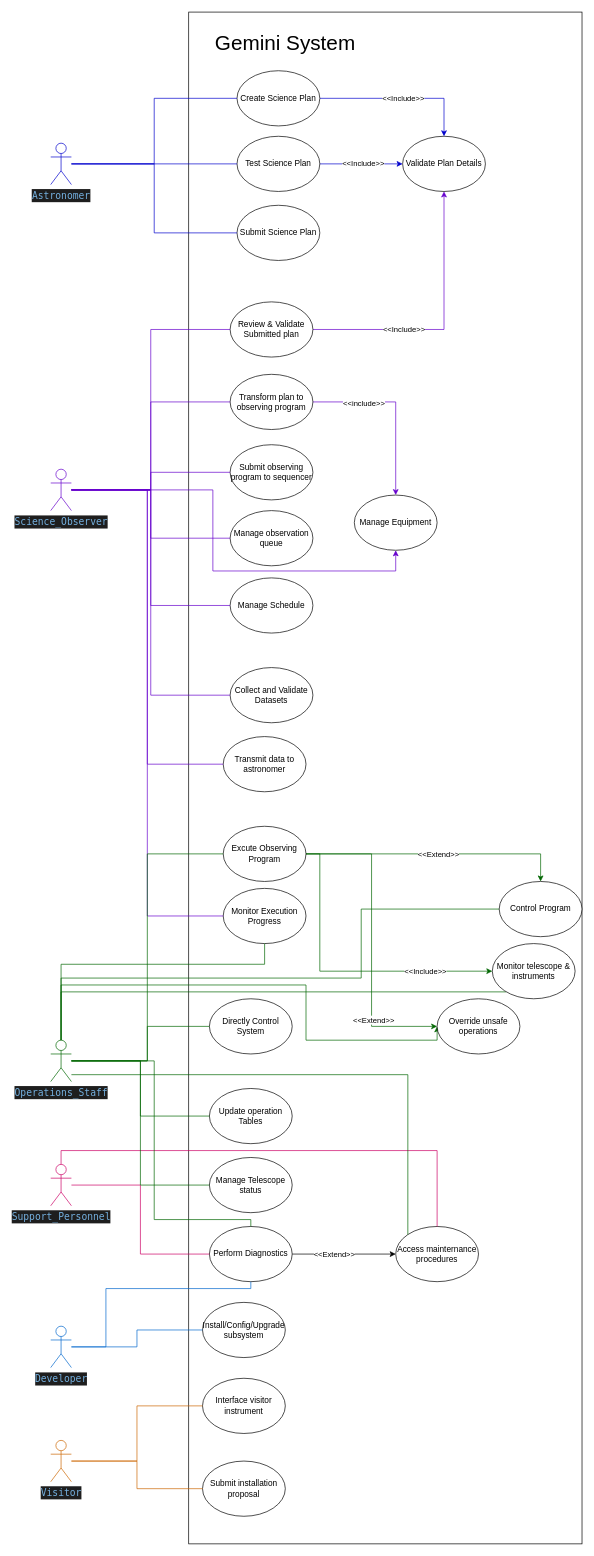
FantasticRattee/gemini-telescope-control-system keeps this draw.io diagram as docs/diagrams/usecase.drawio. Above is the earlier version. Source tidied: cells renumbered, new cells numbered last; positions are measured from the earlier drawing's top-left corner, leaving out a move shared by most shapes. Both pictures are drawn from the tidied source at 69%, with x=0, y=0 at pixel (50, 12).
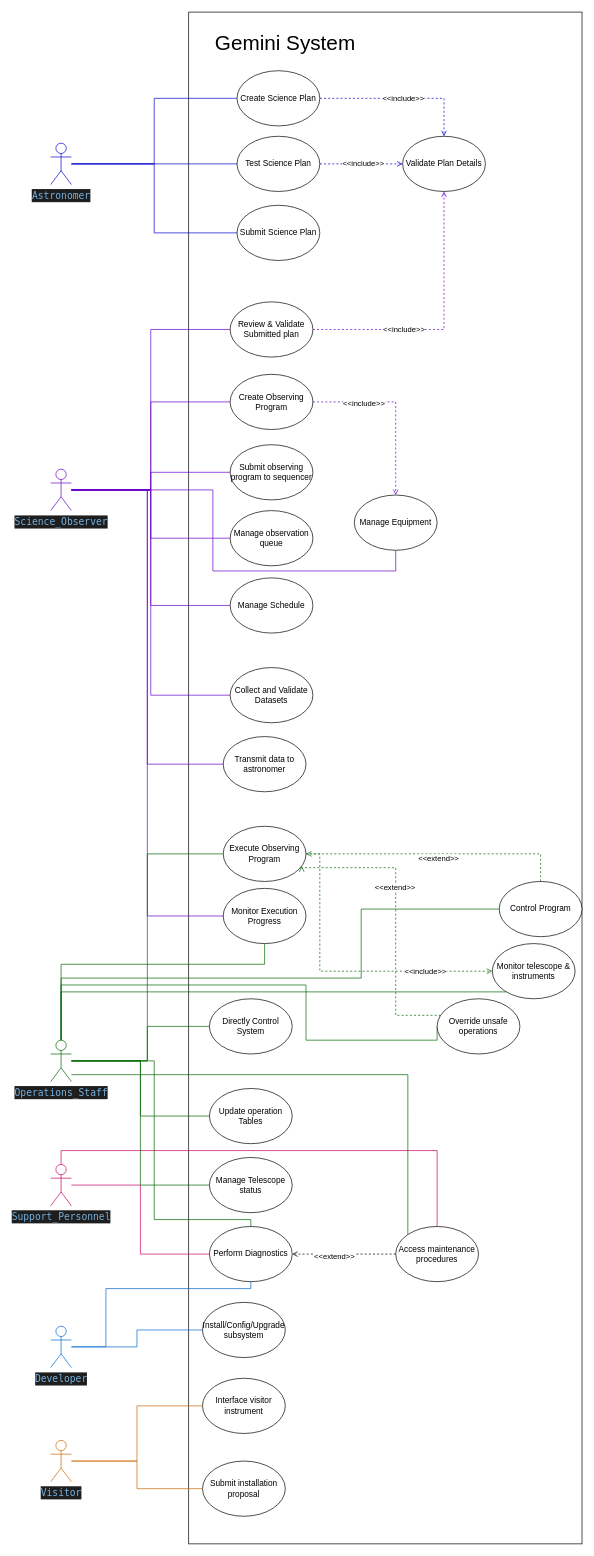
Above is the later version.

Unchanged cells that the change refers to:
```xml
<mxCell id="6" value="Create Science Plan" style="ellipse;whiteSpace=wrap;html=1;" parent="1" vertex="1">
  <mxGeometry x="270" y="85" width="120" height="80" as="geometry" />
</mxCell>
<mxCell id="9" value="Test Science Plan" style="ellipse;whiteSpace=wrap;html=1;" parent="1" vertex="1">
  <mxGeometry x="270" y="180" width="120" height="80" as="geometry" />
</mxCell>
<mxCell id="11" value="Validate Plan Details" style="ellipse;whiteSpace=wrap;html=1;" parent="1" vertex="1">
  <mxGeometry x="510" y="180" width="120" height="80" as="geometry" />
</mxCell>
<mxCell id="14" value="Review &amp;amp; Validate Submitted plan" style="ellipse;whiteSpace=wrap;html=1;" parent="1" vertex="1">
  <mxGeometry x="260" y="420" width="120" height="80" as="geometry" />
</mxCell>
<mxCell id="38" value="Perform Diagnostics" style="ellipse;whiteSpace=wrap;html=1;" parent="1" vertex="1">
  <mxGeometry x="230" y="1760" width="120" height="80" as="geometry" />
</mxCell>
<mxCell id="56" value="&lt;div style=&quot;color: #d4d4d4;background-color: #1e1e1e;font-family: 'Droid Sans Mono', 'monospace', monospace;font-weight: normal;font-size: 14px;line-height: 19px;white-space: pre;&quot;&gt;&lt;div&gt;&lt;span style=&quot;color: #74b0df;&quot;&gt;Science_Observer&lt;/span&gt;&lt;/div&gt;&lt;/div&gt;" style="shape=umlActor;verticalLabelPosition=bottom;verticalAlign=top;html=1;outlineConnect=0;strokeColor=#6600CC;" parent="1" vertex="1">
  <mxGeometry y="662.5" width="30" height="60" as="geometry" />
</mxCell>
<mxCell id="73" value="&lt;div style=&quot;color: #d4d4d4;background-color: #1e1e1e;font-family: 'Droid Sans Mono', 'monospace', monospace;font-weight: normal;font-size: 14px;line-height: 19px;white-space: pre;&quot;&gt;&lt;div&gt;&lt;span style=&quot;color: #74b0df;&quot;&gt;Operations_Staff&lt;/span&gt;&lt;/div&gt;&lt;/div&gt;" style="shape=umlActor;verticalLabelPosition=bottom;verticalAlign=top;html=1;outlineConnect=0;strokeColor=#006600;" parent="1" vertex="1">
  <mxGeometry y="1490" width="30" height="60" as="geometry" />
</mxCell>
<mxCell id="75" value="Manage Equipment" style="ellipse;whiteSpace=wrap;html=1;" parent="1" vertex="1">
  <mxGeometry x="440" y="700" width="120" height="80" as="geometry" />
</mxCell>
<mxCell id="76" value="Control Program" style="ellipse;whiteSpace=wrap;html=1;" parent="1" vertex="1">
  <mxGeometry x="650" y="1260" width="120" height="80" as="geometry" />
</mxCell>
<mxCell id="77" value="Monitor telescope &amp;amp; instruments" style="ellipse;whiteSpace=wrap;html=1;" parent="1" vertex="1">
  <mxGeometry x="640" y="1350" width="120" height="80" as="geometry" />
</mxCell>
<mxCell id="78" value="Override unsafe operations" style="ellipse;whiteSpace=wrap;html=1;" parent="1" vertex="1">
  <mxGeometry x="560" y="1430" width="120" height="80" as="geometry" />
</mxCell>
```

The edit, as a diff of the source:
```diff
@@
-    <mxCell id="4" style="edgeStyle=orthogonalEdgeStyle;rounded=0;jettySize=auto;html=1;entryX=0.5;entryY=0;entryDx=0;entryDy=0;strokeColor=light-dark(#0000cc, #ededed);" parent="1" edge="1" source="6" target="11">
+    <mxCell id="4" style="edgeStyle=orthogonalEdgeStyle;rounded=0;jettySize=auto;html=1;entryX=0.5;entryY=0;entryDx=0;entryDy=0;strokeColor=light-dark(#0000cc, #ededed);dashed=1;endArrow=open;endFill=0;" parent="1" edge="1" source="6" target="11">
       <mxGeometry relative="1" as="geometry" />
     </mxCell>
-    <mxCell id="5" value="&amp;lt;&amp;lt;Include&amp;gt;&amp;gt;" style="edgeLabel;html=1;align=center;verticalAlign=middle;" parent="4" vertex="1">
+    <mxCell id="5" value="&amp;lt;&amp;lt;include&amp;gt;&amp;gt;" style="edgeLabel;html=1;align=center;verticalAlign=middle;" parent="4" vertex="1">
       <mxGeometry x="0.02" relative="1" as="geometry" />
     </mxCell>
@@
-    <mxCell id="7" style="edgeStyle=orthogonalEdgeStyle;rounded=0;jettySize=auto;html=1;exitX=1;exitY=0.5;exitDx=0;exitDy=0;strokeColor=light-dark(#0000cc, #ededed);" parent="1" edge="1" source="9" target="11">
+    <mxCell id="7" style="edgeStyle=orthogonalEdgeStyle;rounded=0;jettySize=auto;html=1;exitX=1;exitY=0.5;exitDx=0;exitDy=0;strokeColor=light-dark(#0000cc, #ededed);dashed=1;endArrow=open;endFill=0;" parent="1" edge="1" source="9" target="11">
       <mxGeometry relative="1" as="geometry" />
     </mxCell>
-    <mxCell id="8" value="&amp;lt;&amp;lt;Include&amp;gt;&amp;gt;" style="edgeLabel;html=1;align=center;verticalAlign=middle;" parent="7" vertex="1">
+    <mxCell id="8" value="&amp;lt;&amp;lt;include&amp;gt;&amp;gt;" style="edgeLabel;html=1;align=center;verticalAlign=middle;" parent="7" vertex="1">
       <mxGeometry x="0.04" y="-1" relative="1" as="geometry">
         <mxPoint y="-2" as="offset" />
       </mxGeometry>
     </mxCell>
@@
-    <mxCell id="12" style="edgeStyle=orthogonalEdgeStyle;rounded=0;jettySize=auto;html=1;entryX=0.5;entryY=1;entryDx=0;entryDy=0;strokeColor=light-dark(#6600cc, #ededed);" parent="1" edge="1" source="14" target="11">
+    <mxCell id="12" style="edgeStyle=orthogonalEdgeStyle;rounded=0;jettySize=auto;html=1;entryX=0.5;entryY=1;entryDx=0;entryDy=0;strokeColor=light-dark(#6600cc, #ededed);dashed=1;endArrow=open;endFill=0;" parent="1" edge="1" source="14" target="11">
       <mxGeometry relative="1" as="geometry" />
     </mxCell>
-    <mxCell id="13" value="&amp;lt;&amp;lt;Include&amp;gt;&amp;gt;" style="edgeLabel;html=1;align=center;verticalAlign=middle;" parent="12" vertex="1">
+    <mxCell id="13" value="&amp;lt;&amp;lt;include&amp;gt;&amp;gt;" style="edgeLabel;html=1;align=center;verticalAlign=middle;" parent="12" vertex="1">
       <mxGeometry x="-0.33" y="-2" relative="1" as="geometry">
         <mxPoint y="-3" as="offset" />
       </mxGeometry>
     </mxCell>
@@
-    <mxCell id="15" style="edgeStyle=orthogonalEdgeStyle;rounded=0;jettySize=auto;html=1;strokeColor=light-dark(#6600cc, #ededed);" parent="1" edge="1" source="17" target="75">
+    <mxCell id="15" style="edgeStyle=orthogonalEdgeStyle;rounded=0;jettySize=auto;html=1;strokeColor=light-dark(#6600cc, #ededed);dashed=1;endArrow=open;endFill=0;" parent="1" edge="1" source="17" target="75">
       <mxGeometry relative="1" as="geometry" />
     </mxCell>
@@
-    <mxCell id="17" value="Transform plan to observing program" style="ellipse;whiteSpace=wrap;html=1;" parent="1" vertex="1">
+    <mxCell id="17" value="Create Observing Program" style="ellipse;whiteSpace=wrap;html=1;" parent="1" vertex="1">
       <mxGeometry x="260" y="525" width="120" height="80" as="geometry" />
     </mxCell>
@@
-    <mxCell id="23" style="edgeStyle=orthogonalEdgeStyle;rounded=0;jettySize=auto;html=1;entryX=0.5;entryY=0;entryDx=0;entryDy=0;strokeColor=light-dark(#006600, #ededed);" parent="1" edge="1" source="29" target="76">
+    <mxCell id="23" style="edgeStyle=orthogonalEdgeStyle;rounded=0;jettySize=auto;html=1;exitX=0.5;exitY=0;exitDx=0;exitDy=0;strokeColor=light-dark(#006600, #ededed);dashed=1;endArrow=open;endFill=0;" parent="1" edge="1" source="76" target="29">
       <mxGeometry relative="1" as="geometry" />
     </mxCell>
-    <mxCell id="24" value="&amp;lt;&amp;lt;Extend&amp;gt;&amp;gt;" style="edgeLabel;html=1;align=center;verticalAlign=middle;" parent="23" vertex="1">
-      <mxGeometry x="-0.11" y="3" relative="1" as="geometry">
+    <mxCell id="24" value="&amp;lt;&amp;lt;extend&amp;gt;&amp;gt;" style="edgeLabel;html=1;align=center;verticalAlign=middle;" parent="23" vertex="1">
+      <mxGeometry x="0.11" y="3" relative="1" as="geometry">
         <mxPoint x="22" y="3" as="offset" />
       </mxGeometry>
     </mxCell>
-    <mxCell id="25" style="edgeStyle=orthogonalEdgeStyle;rounded=0;jettySize=auto;html=1;entryX=0;entryY=0.5;entryDx=0;entryDy=0;strokeColor=light-dark(#006600, #ededed);" parent="1" edge="1" source="29" target="78">
-      <mxGeometry relative="1" as="geometry" />
+    <mxCell id="25" style="edgeStyle=orthogonalEdgeStyle;rounded=0;jettySize=auto;html=1;exitX=0;exitY=0.3;exitDx=0;exitDy=0;entryX=1;entryY=0.75;entryDx=0;entryDy=0;strokeColor=light-dark(#006600, #ededed);dashed=1;endArrow=open;endFill=0;" parent="1" edge="1" source="78" target="29">
+      <mxGeometry relative="1" as="geometry">
+        <Array as="points">
+          <mxPoint x="500" y="1454" />
+          <mxPoint x="500" y="1240" />
+        </Array>
+      </mxGeometry>
     </mxCell>
-    <mxCell id="26" value="&amp;lt;&amp;lt;Extend&amp;gt;&amp;gt;" style="edgeLabel;html=1;align=center;verticalAlign=middle;" parent="25" vertex="1">
-      <mxGeometry x="0.37" y="2" relative="1" as="geometry">
-        <mxPoint y="34" as="offset" />
-      </mxGeometry>
+    <mxCell id="26" value="&amp;lt;&amp;lt;extend&amp;gt;&amp;gt;" style="edgeLabel;html=1;align=center;verticalAlign=middle;" parent="25" vertex="1">
+      <mxGeometry x="0.2" y="2" relative="1" as="geometry" />
     </mxCell>
-    <mxCell id="27" style="edgeStyle=orthogonalEdgeStyle;rounded=0;jettySize=auto;html=1;entryX=0;entryY=0.5;entryDx=0;entryDy=0;strokeColor=light-dark(#006600, #ededed);" parent="1" edge="1" source="29" target="77">
+    <mxCell id="27" style="edgeStyle=orthogonalEdgeStyle;rounded=0;jettySize=auto;html=1;entryX=0;entryY=0.5;entryDx=0;entryDy=0;strokeColor=light-dark(#006600, #ededed);dashed=1;endArrow=open;endFill=0;" parent="1" edge="1" source="29" target="77">
       <mxGeometry relative="1" as="geometry">
         <Array as="points">
           <mxPoint x="390" y="1220" />
           <mxPoint x="390" y="1390" />
         </Array>
       </mxGeometry>
     </mxCell>
-    <mxCell id="28" value="&amp;lt;&amp;lt;Include&amp;gt;&amp;gt;" style="edgeLabel;html=1;align=center;verticalAlign=middle;" parent="27" vertex="1">
+    <mxCell id="28" value="&amp;lt;&amp;lt;include&amp;gt;&amp;gt;" style="edgeLabel;html=1;align=center;verticalAlign=middle;" parent="27" vertex="1">
       <mxGeometry x="0.09" y="4" relative="1" as="geometry">
         <mxPoint x="102" y="4" as="offset" />
       </mxGeometry>
     </mxCell>
-    <mxCell id="29" value="Excute Observing Program" style="ellipse;whiteSpace=wrap;html=1;" parent="1" vertex="1">
+    <mxCell id="29" value="Execute Observing Program" style="ellipse;whiteSpace=wrap;html=1;" parent="1" vertex="1">
       <mxGeometry x="250" y="1180" width="120" height="80" as="geometry" />
     </mxCell>
@@
-    <mxCell id="36" style="edgeStyle=orthogonalEdgeStyle;rounded=0;jettySize=auto;html=1;" parent="1" edge="1" source="38" target="40">
+    <mxCell id="36" style="edgeStyle=orthogonalEdgeStyle;rounded=0;jettySize=auto;html=1;dashed=1;endArrow=open;endFill=0;" parent="1" edge="1" source="40" target="38">
       <mxGeometry relative="1" as="geometry" />
     </mxCell>
-    <mxCell id="37" value="&amp;lt;&amp;lt;Extend&amp;gt;&amp;gt;" style="edgeLabel;html=1;align=center;verticalAlign=middle;" parent="36" vertex="1">
-      <mxGeometry x="-0.52" y="1" relative="1" as="geometry">
+    <mxCell id="37" value="&amp;lt;&amp;lt;extend&amp;gt;&amp;gt;" style="edgeLabel;html=1;align=center;verticalAlign=middle;" parent="36" vertex="1">
+      <mxGeometry x="0.52" y="1" relative="1" as="geometry">
         <mxPoint x="24" y="1" as="offset" />
       </mxGeometry>
     </mxCell>
@@
-    <mxCell id="40" value="Access mainternance procedures" style="ellipse;whiteSpace=wrap;html=1;" parent="1" vertex="1">
+    <mxCell id="40" value="Access maintenance procedures" style="ellipse;whiteSpace=wrap;html=1;" parent="1" vertex="1">
       <mxGeometry x="500" y="1760" width="120" height="80" as="geometry" />
     </mxCell>
@@
-    <mxCell id="52" style="edgeStyle=orthogonalEdgeStyle;rounded=0;jettySize=auto;html=1;entryX=0.5;entryY=1;entryDx=0;entryDy=0;strokeColor=#6600CC;" parent="1" edge="1" source="56" target="75">
+    <mxCell id="52" style="edgeStyle=orthogonalEdgeStyle;rounded=0;jettySize=auto;html=1;entryX=0.5;entryY=1;entryDx=0;entryDy=0;endArrow=none;endFill=0;strokeColor=#6600CC;" parent="1" edge="1" source="56" target="75">
       <mxGeometry relative="1" as="geometry">
         <Array as="points">
           <mxPoint x="235" y="692" />
           <mxPoint x="235" y="810" />
           <mxPoint x="500" y="810" />
         </Array>
       </mxGeometry>
     </mxCell>
@@
-    <mxCell id="67" style="edgeStyle=orthogonalEdgeStyle;rounded=0;jettySize=auto;html=1;entryX=0;entryY=0.5;entryDx=0;entryDy=0;strokeColor=#006600;" parent="1" edge="1" source="73" target="78">
+    <mxCell id="67" style="edgeStyle=orthogonalEdgeStyle;rounded=0;jettySize=auto;html=1;entryX=0;entryY=0.5;entryDx=0;entryDy=0;endArrow=none;endFill=0;strokeColor=#006600;" parent="1" edge="1" source="73" target="78">
       <mxGeometry relative="1" as="geometry">
         <Array as="points">
           <mxPoint x="15" y="1410" />
           <mxPoint x="370" y="1410" />
           <mxPoint x="370" y="1490" />
         </Array>
       </mxGeometry>
     </mxCell>
```
